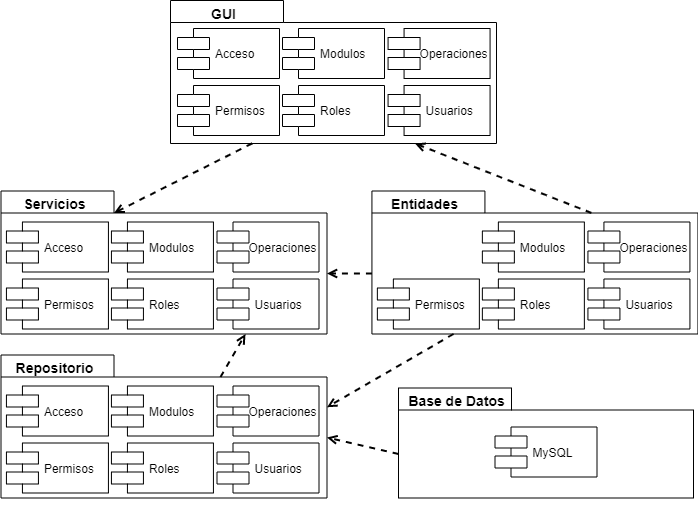
Before: diagramas/Diagrama-Componentes.png, a diagram exported from draw.io (FernandoCalmet/java-login-layered-skeletor). Source tidied: cells renumbered, new cells last; positions are measured from the earlier drawing's top-left corner, leaving out a move shared by most shapes.
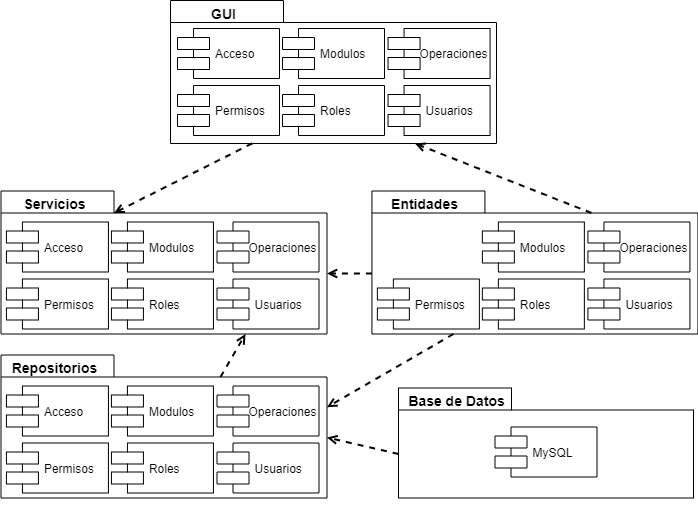
Above is the later version.

The edit, as a diff of the source:
```diff
@@ -71,7 +71,7 @@
     <mxCell id="24" style="edgeStyle=none;rounded=0;jettySize=auto;html=1;dashed=1;startArrow=none;startFill=0;endArrow=open;endFill=0;fontSize=10;entryX=0.75;entryY=1;entryDx=0;entryDy=0;entryPerimeter=0;exitX=0;exitY=0;exitDx=219.5;exitDy=22;exitPerimeter=0;strokeWidth=2;" parent="1" edge="1" source="18" target="3">
       <mxGeometry relative="1" as="geometry" />
     </mxCell>
-    <mxCell id="25" value="Repositorio&lt;br&gt;&lt;br&gt;&lt;br&gt;&lt;br&gt;&lt;br&gt;&lt;br&gt;&lt;br&gt;&lt;br&gt;&lt;br&gt;" style="shape=folder;fontStyle=1;spacingTop=10;tabWidth=113;tabHeight=22;tabPosition=left;html=1;fontSize=14;labelPosition=center;verticalLabelPosition=middle;align=center;verticalAlign=middle;fontFamily=Helvetica;spacingLeft=0;spacingRight=220;" parent="1" vertex="1">
+    <mxCell id="25" value="Repositorios&lt;br&gt;&lt;br&gt;&lt;br&gt;&lt;br&gt;&lt;br&gt;&lt;br&gt;&lt;br&gt;&lt;br&gt;&lt;br&gt;" style="shape=folder;fontStyle=1;spacingTop=10;tabWidth=113;tabHeight=22;tabPosition=left;html=1;fontSize=14;labelPosition=center;verticalLabelPosition=middle;align=center;verticalAlign=middle;fontFamily=Helvetica;spacingLeft=0;spacingRight=220;" parent="1" vertex="1">
       <mxGeometry x="0.5" y="354.5" width="326" height="143" as="geometry" />
     </mxCell>
     <mxCell id="26" value="Acceso" style="shape=component;align=left;spacingLeft=36;" parent="1" vertex="1">
```
